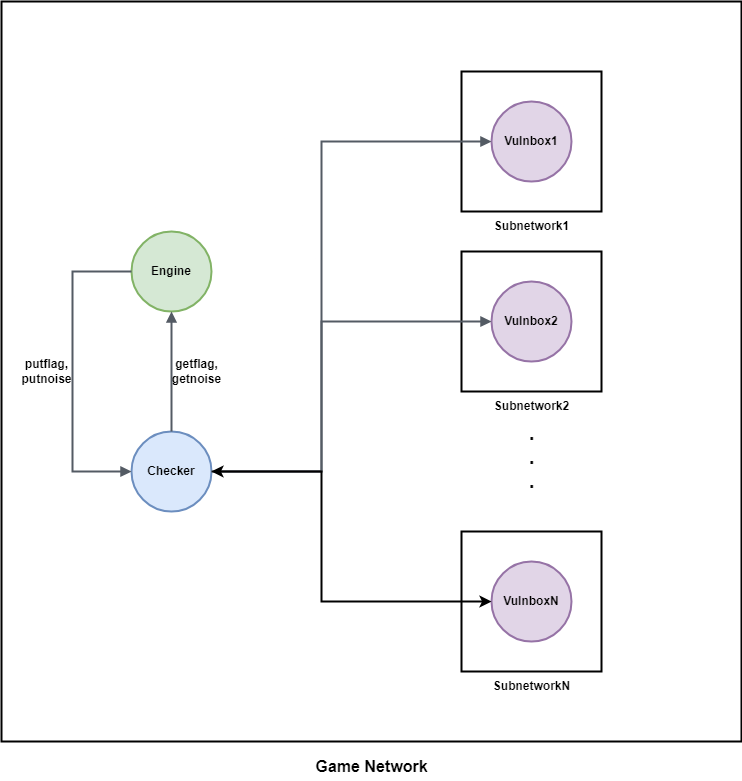
ashiven/enosim keeps this draw.io diagram as docs/infrastructure.png. Above is the earlier version. Source tidied: cells renumbered, new cells last; positions are measured from the earlier drawing's top-left corner, leaving out a move shared by most shapes.
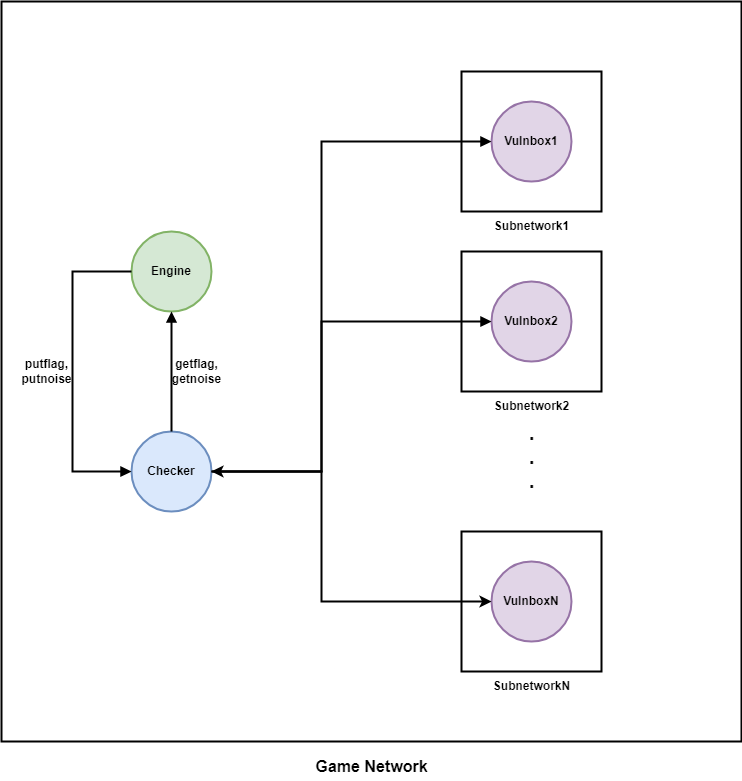
The same file after the commit.

Change to the diagram source:
```diff
@@ -29,7 +29,7 @@
     <mxCell id="10" value="Vulnbox2" style="ellipse;whiteSpace=wrap;html=1;fontStyle=1;strokeWidth=2;fillColor=#e1d5e7;strokeColor=#9673a6;" parent="1" vertex="1">
       <mxGeometry x="490" y="280" width="80" height="80" as="geometry" />
     </mxCell>
-    <mxCell id="11" style="edgeStyle=orthogonalEdgeStyle;html=1;endArrow=block;elbow=vertical;startArrow=none;endFill=1;strokeColor=#545B64;rounded=0;exitX=0;exitY=0.5;exitDx=0;exitDy=0;entryX=0;entryY=0.5;entryDx=0;entryDy=0;fontStyle=1;strokeWidth=2;" parent="1" edge="1" source="7" target="8">
+    <mxCell id="11" style="edgeStyle=orthogonalEdgeStyle;html=1;endArrow=block;elbow=vertical;startArrow=none;endFill=1;strokeColor=#000000;rounded=0;exitX=0;exitY=0.5;exitDx=0;exitDy=0;entryX=0;entryY=0.5;entryDx=0;entryDy=0;fontStyle=1;strokeWidth=2;" parent="1" edge="1" source="7" target="8">
       <mxGeometry relative="1" as="geometry">
         <Array as="points">
           <mxPoint x="71" y="270" />
@@ -37,7 +37,7 @@
         </Array>
       </mxGeometry>
     </mxCell>
-    <mxCell id="12" style="edgeStyle=orthogonalEdgeStyle;html=1;endArrow=block;elbow=vertical;startArrow=none;endFill=1;strokeColor=#545B64;rounded=0;entryX=0.214;entryY=0.5;entryDx=0;entryDy=0;exitX=1;exitY=0.5;exitDx=0;exitDy=0;entryPerimeter=0;fontStyle=1;strokeWidth=2;" parent="1" edge="1" source="8" target="5">
+    <mxCell id="12" style="edgeStyle=orthogonalEdgeStyle;html=1;endArrow=block;elbow=vertical;startArrow=none;endFill=1;strokeColor=#000000;rounded=0;entryX=0.214;entryY=0.5;entryDx=0;entryDy=0;exitX=1;exitY=0.5;exitDx=0;exitDy=0;entryPerimeter=0;fontStyle=1;strokeWidth=2;" parent="1" edge="1" source="8" target="5">
       <mxGeometry relative="1" as="geometry">
         <Array as="points">
           <mxPoint x="320" y="470" />
@@ -45,7 +45,7 @@
         </Array>
       </mxGeometry>
     </mxCell>
-    <mxCell id="13" style="edgeStyle=orthogonalEdgeStyle;html=1;endArrow=block;elbow=vertical;startArrow=none;endFill=1;strokeColor=#545B64;rounded=0;exitX=1;exitY=0.5;exitDx=0;exitDy=0;fontStyle=1;strokeWidth=2;" parent="1" edge="1" target="10">
+    <mxCell id="13" style="edgeStyle=orthogonalEdgeStyle;html=1;endArrow=block;elbow=vertical;startArrow=none;endFill=1;strokeColor=#000000;rounded=0;exitX=1;exitY=0.5;exitDx=0;exitDy=0;fontStyle=1;strokeWidth=2;" parent="1" edge="1" target="10">
       <mxGeometry relative="1" as="geometry">
         <mxPoint x="210" y="470" as="sourcePoint" />
         <Array as="points">
@@ -69,7 +69,7 @@
     <mxCell id="18" value="SubnetworkN" style="text;html=1;align=center;verticalAlign=middle;strokeColor=none;fillColor=none;fontStyle=1;strokeWidth=2;" parent="1" vertex="1">
       <mxGeometry x="480" y="670" width="100" height="30" as="geometry" />
     </mxCell>
-    <mxCell id="19" style="edgeStyle=orthogonalEdgeStyle;html=1;endArrow=none;elbow=vertical;startArrow=block;startFill=1;strokeColor=#545B64;rounded=0;fontStyle=1;strokeWidth=2;" parent="1" edge="1" source="7" target="8">
+    <mxCell id="19" style="edgeStyle=orthogonalEdgeStyle;html=1;endArrow=none;elbow=vertical;startArrow=block;startFill=1;strokeColor=#000000;rounded=0;fontStyle=1;strokeWidth=2;" parent="1" edge="1" source="7" target="8">
       <mxGeometry relative="1" as="geometry" />
     </mxCell>
     <mxCell id="20" value="putflag,&lt;br&gt;putnoise" style="text;html=1;align=center;verticalAlign=middle;strokeColor=none;fillColor=none;fontStyle=1;strokeWidth=2;" parent="1" vertex="1">
```
